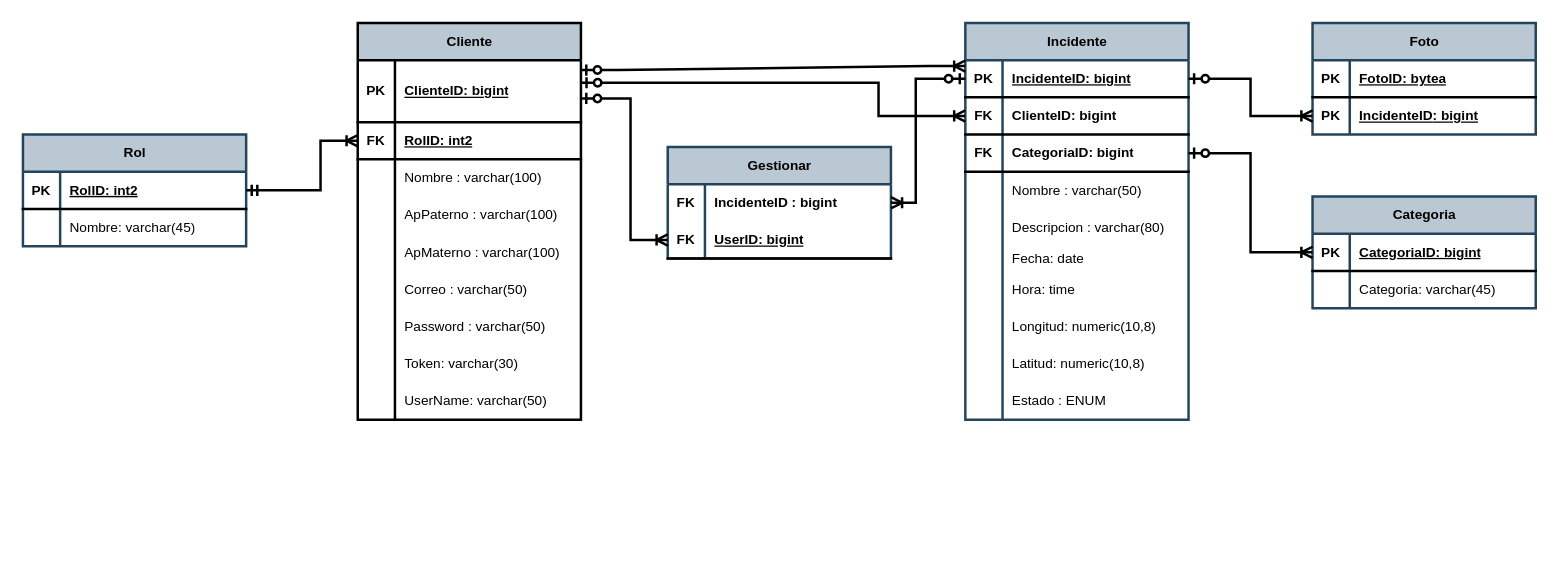
This is page "MR v3.0.0" (2 of 4) of database/diagrams/SISREP-DB-MODELOS.drawio from ingenieria-software-7009-2025-2/backendcouncil-api, a draw.io file, before an edit. Source tidied: cells renumbered, new cells numbered last; positions are measured from the earlier drawing's top-left corner, leaving out a move shared by most shapes. Both pictures are drawn from the tidied source at 124%, with x=0, y=0 at pixel (22, 22).
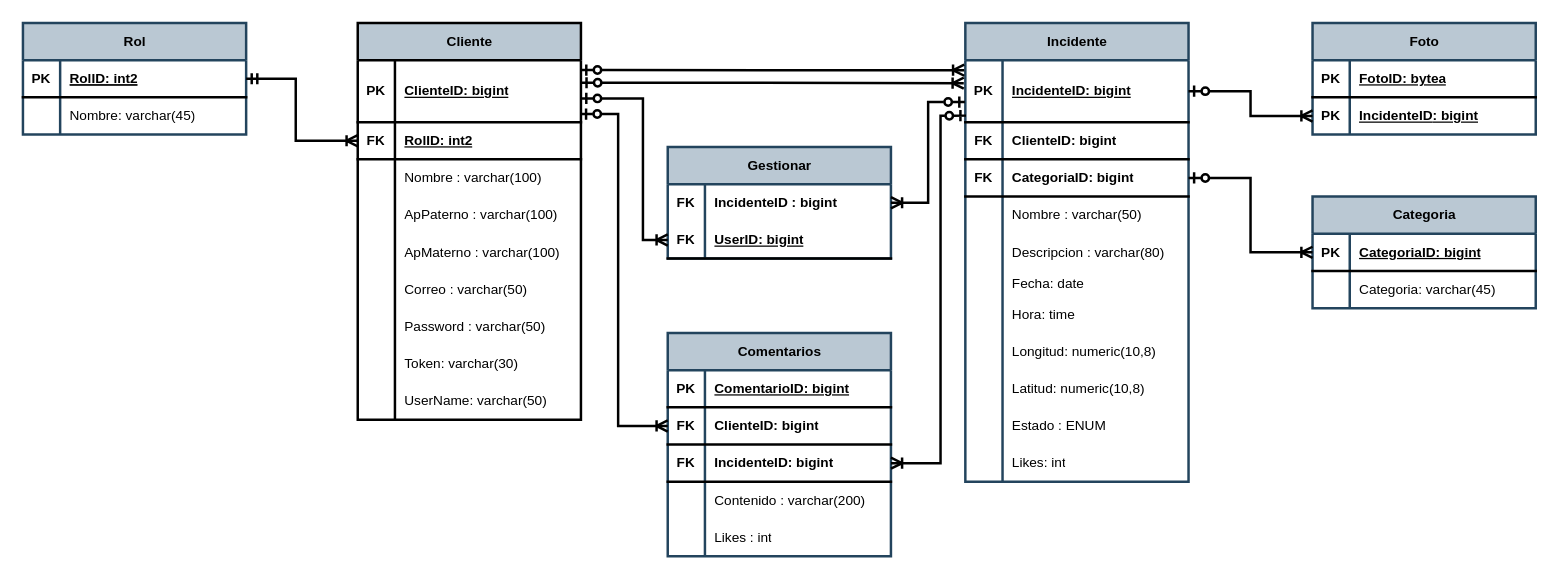
After the change.

The change refers to these unchanged cells:
```xml
<mxCell id="3" style="shape=tableRow;horizontal=0;startSize=0;swimlaneHead=0;swimlaneBody=0;fillColor=none;points=[[0,0.5],[1,0.5]];portConstraint=eastwest;top=0;left=0;right=0;bottom=1;fontFamily=Helvetica;fontSize=11;fontColor=default;labelBackgroundColor=default;strokeWidth=2;" parent="2" vertex="1">
  <mxGeometry y="30" width="180" height="50" as="geometry" />
</mxCell>
<mxCell id="6" style="shape=tableRow;horizontal=0;startSize=0;swimlaneHead=0;swimlaneBody=0;fillColor=none;points=[[0,0.5],[1,0.5]];portConstraint=eastwest;top=0;left=0;right=0;bottom=1;fontFamily=Helvetica;fontSize=11;fontColor=default;labelBackgroundColor=default;strokeWidth=2;" parent="2" vertex="1">
  <mxGeometry y="80" width="180" height="30" as="geometry" />
</mxCell>
<mxCell id="77" style="shape=tableRow;horizontal=0;startSize=0;swimlaneHead=0;swimlaneBody=0;fillColor=none;points=[[0,0.5],[1,0.5]];portConstraint=eastwest;top=0;left=0;right=0;bottom=0;fontFamily=Helvetica;fontSize=11;fontColor=default;labelBackgroundColor=default;strokeWidth=2;" parent="76" vertex="1">
  <mxGeometry y="30" width="180" height="30" as="geometry" />
</mxCell>
<mxCell id="80" style="shape=tableRow;horizontal=0;startSize=0;swimlaneHead=0;swimlaneBody=0;fillColor=none;points=[[0,0.5],[1,0.5]];portConstraint=eastwest;top=0;left=0;right=0;bottom=1;fontFamily=Helvetica;fontSize=11;fontColor=default;labelBackgroundColor=default;strokeWidth=2;" parent="76" vertex="1">
  <mxGeometry y="60" width="180" height="30" as="geometry" />
</mxCell>
<mxCell id="89" style="shape=tableRow;horizontal=0;startSize=0;swimlaneHead=0;swimlaneBody=0;fillColor=none;points=[[0,0.5],[1,0.5]];portConstraint=eastwest;top=0;left=0;right=0;bottom=1;fontFamily=Helvetica;fontSize=11;fontColor=default;labelBackgroundColor=default;strokeWidth=2;" parent="88" vertex="1">
  <mxGeometry y="30" width="180" height="30" as="geometry" />
</mxCell>
```

What changed in the source:
```diff
@@
     <mxCell id="37" value="&lt;span style=&quot;&quot;&gt;Incidente&lt;/span&gt;" style="shape=table;startSize=30;childLayout=tableLayout;rowLines=0;fontStyle=1;align=center;html=1;fontFamily=Helvetica;fontSize=11;labelBackgroundColor=none;strokeWidth=2;fillColor=#bac8d3;strokeColor=light-dark(#23445D,#FFFFFF);" parent="1" vertex="1">
-      <mxGeometry x="760" width="180" height="320" as="geometry" />
+      <mxGeometry x="760" width="180" height="370" as="geometry" />
     </mxCell>
     <mxCell id="38" style="shape=tableRow;horizontal=0;startSize=0;swimlaneHead=0;swimlaneBody=0;fillColor=none;points=[[0,0.5],[1,0.5]];portConstraint=eastwest;top=0;left=0;right=0;bottom=1;fontFamily=Helvetica;fontSize=11;fontColor=default;labelBackgroundColor=default;strokeWidth=2;" parent="37" vertex="1">
-      <mxGeometry y="30" width="180" height="30" as="geometry" />
+      <mxGeometry y="30" width="180" height="50" as="geometry" />
     </mxCell>
     <mxCell id="39" value="PK" style="shape=partialRectangle;fillColor=none;top=0;left=0;bottom=0;right=0;fontStyle=1;overflow=hidden;whiteSpace=wrap;html=1;fontFamily=Helvetica;fontSize=11;fontColor=default;labelBackgroundColor=default;strokeWidth=2;" parent="38" vertex="1">
-      <mxGeometry width="30" height="30" as="geometry" />
+      <mxGeometry width="30" height="50" as="geometry" />
     </mxCell>
     <mxCell id="40" value="IncidenteID: bigint" style="shape=partialRectangle;fillColor=none;top=0;left=0;bottom=0;right=0;align=left;spacingLeft=6;fontStyle=5;overflow=hidden;whiteSpace=wrap;html=1;fontFamily=Helvetica;fontSize=11;fontColor=default;labelBackgroundColor=default;strokeWidth=2;" parent="38" vertex="1">
-      <mxGeometry x="30" width="150" height="30" as="geometry" />
+      <mxGeometry x="30" width="150" height="50" as="geometry" />
     </mxCell>
     <mxCell id="41" style="shape=tableRow;horizontal=0;startSize=0;swimlaneHead=0;swimlaneBody=0;fillColor=none;points=[[0,0.5],[1,0.5]];portConstraint=eastwest;top=0;left=0;right=0;bottom=1;fontFamily=Helvetica;fontSize=11;fontColor=default;labelBackgroundColor=default;strokeWidth=2;" parent="37" vertex="1">
-      <mxGeometry y="60" width="180" height="30" as="geometry" />
+      <mxGeometry y="80" width="180" height="30" as="geometry" />
     </mxCell>
@@
     <mxCell id="44" style="shape=tableRow;horizontal=0;startSize=0;swimlaneHead=0;swimlaneBody=0;fillColor=none;points=[[0,0.5],[1,0.5]];portConstraint=eastwest;top=0;left=0;right=0;bottom=1;fontFamily=Helvetica;fontSize=11;fontColor=default;labelBackgroundColor=default;strokeWidth=2;" parent="37" vertex="1">
-      <mxGeometry y="90" width="180" height="30" as="geometry" />
+      <mxGeometry y="110" width="180" height="30" as="geometry" />
     </mxCell>
@@
     <mxCell id="47" style="shape=tableRow;horizontal=0;startSize=0;swimlaneHead=0;swimlaneBody=0;fillColor=none;top=0;left=0;right=0;bottom=0;fontFamily=Helvetica;fontSize=11;fontColor=default;labelBackgroundColor=default;strokeWidth=2;" parent="37" vertex="1">
-      <mxGeometry y="120" width="180" height="30" as="geometry" />
+      <mxGeometry y="140" width="180" height="30" as="geometry" />
     </mxCell>
@@
     <mxCell id="50" style="shape=tableRow;horizontal=0;startSize=0;swimlaneHead=0;swimlaneBody=0;fillColor=none;top=0;left=0;right=0;bottom=0;fontFamily=Helvetica;fontSize=11;fontColor=default;labelBackgroundColor=default;strokeWidth=2;" parent="37" vertex="1">
-      <mxGeometry y="150" width="180" height="30" as="geometry" />
+      <mxGeometry y="170" width="180" height="30" as="geometry" />
     </mxCell>
@@
     <mxCell id="53" style="shape=tableRow;horizontal=0;startSize=0;swimlaneHead=0;swimlaneBody=0;fillColor=none;top=0;left=0;right=0;bottom=0;fontFamily=Helvetica;fontSize=11;fontColor=default;labelBackgroundColor=default;strokeWidth=2;" parent="37" vertex="1">
-      <mxGeometry y="180" width="180" height="20" as="geometry" />
+      <mxGeometry y="200" width="180" height="20" as="geometry" />
     </mxCell>
@@
     <mxCell id="56" style="shape=tableRow;horizontal=0;startSize=0;swimlaneHead=0;swimlaneBody=0;fillColor=none;top=0;left=0;right=0;bottom=0;fontFamily=Helvetica;fontSize=11;fontColor=default;labelBackgroundColor=default;strokeWidth=2;" parent="37" vertex="1">
-      <mxGeometry y="200" width="180" height="30" as="geometry" />
+      <mxGeometry y="220" width="180" height="30" as="geometry" />
     </mxCell>
@@
     <mxCell id="59" style="shape=tableRow;horizontal=0;startSize=0;swimlaneHead=0;swimlaneBody=0;fillColor=none;top=0;left=0;right=0;bottom=0;fontFamily=Helvetica;fontSize=11;fontColor=default;labelBackgroundColor=default;strokeWidth=2;" parent="37" vertex="1">
-      <mxGeometry y="230" width="180" height="30" as="geometry" />
+      <mxGeometry y="250" width="180" height="30" as="geometry" />
     </mxCell>
@@
     <mxCell id="62" style="shape=tableRow;horizontal=0;startSize=0;swimlaneHead=0;swimlaneBody=0;fillColor=none;top=0;left=0;right=0;bottom=0;fontFamily=Helvetica;fontSize=11;fontColor=default;labelBackgroundColor=default;strokeWidth=2;" parent="37" vertex="1">
-      <mxGeometry y="260" width="180" height="30" as="geometry" />
+      <mxGeometry y="280" width="180" height="30" as="geometry" />
     </mxCell>
@@
     <mxCell id="65" style="shape=tableRow;horizontal=0;startSize=0;swimlaneHead=0;swimlaneBody=0;fillColor=none;top=0;left=0;right=0;bottom=0;fontFamily=Helvetica;fontSize=11;fontColor=default;labelBackgroundColor=default;strokeWidth=2;" parent="37" vertex="1">
-      <mxGeometry y="290" width="180" height="30" as="geometry" />
+      <mxGeometry y="310" width="180" height="30" as="geometry" />
     </mxCell>
@@
+    <mxCell id="96" style="shape=tableRow;horizontal=0;startSize=0;swimlaneHead=0;swimlaneBody=0;fillColor=none;top=0;left=0;right=0;bottom=0;fontFamily=Helvetica;fontSize=11;fontColor=default;labelBackgroundColor=default;strokeWidth=2;" parent="37" vertex="1">
+      <mxGeometry y="340" width="180" height="30" as="geometry" />
+    </mxCell>
+    <mxCell id="97" style="shape=partialRectangle;fillColor=none;top=0;left=0;bottom=0;right=0;overflow=hidden;whiteSpace=wrap;html=1;fontFamily=Helvetica;fontSize=11;fontColor=default;labelBackgroundColor=default;strokeWidth=2;" parent="96" vertex="1">
+      <mxGeometry width="30" height="30" as="geometry" />
+    </mxCell>
+    <mxCell id="98" value="Likes: int" style="shape=partialRectangle;fillColor=none;top=0;left=0;bottom=0;right=0;align=left;spacingLeft=6;overflow=hidden;whiteSpace=wrap;html=1;fontFamily=Helvetica;fontSize=11;fontColor=default;labelBackgroundColor=default;strokeWidth=2;" parent="96" vertex="1">
+      <mxGeometry x="30" width="150" height="30" as="geometry" />
+    </mxCell>
@@
-    <mxCell id="75" style="edgeStyle=orthogonalEdgeStyle;fontSize=12;html=1;endArrow=ERoneToMany;startArrow=ERzeroToOne;rounded=0;strokeColor=default;align=center;verticalAlign=middle;fontFamily=Helvetica;fontColor=default;labelBackgroundColor=default;entryX=0;entryY=0.5;entryDx=0;entryDy=0;startFill=0;endFill=0;strokeWidth=2;exitX=1;exitY=0.364;exitDx=0;exitDy=0;exitPerimeter=0;" parent="1" edge="1" source="3" target="41">
+    <mxCell id="75" style="edgeStyle=orthogonalEdgeStyle;fontSize=12;html=1;endArrow=ERoneToMany;startArrow=ERzeroToOne;rounded=0;strokeColor=default;align=center;verticalAlign=middle;fontFamily=Helvetica;fontColor=default;labelBackgroundColor=default;entryX=-0.007;entryY=0.371;entryDx=0;entryDy=0;startFill=0;endFill=0;strokeWidth=2;exitX=1;exitY=0.364;exitDx=0;exitDy=0;exitPerimeter=0;entryPerimeter=0;" parent="1" edge="1" source="3" target="38">
       <mxGeometry relative="1" as="geometry">
         <Array as="points">
-          <mxPoint x="690" y="48" />
-          <mxPoint x="690" y="75" />
+          <mxPoint x="520" y="48" />
+          <mxPoint x="759" y="49" />
         </Array>
       </mxGeometry>
     </mxCell>
@@
     <mxCell id="83" style="edgeStyle=orthogonalEdgeStyle;fontSize=12;html=1;endArrow=ERoneToMany;startArrow=ERzeroToOne;rounded=0;strokeColor=default;align=center;verticalAlign=middle;fontFamily=Helvetica;fontColor=default;labelBackgroundColor=default;entryX=0;entryY=0.5;entryDx=0;entryDy=0;startFill=0;strokeWidth=2;exitX=0.999;exitY=0.617;exitDx=0;exitDy=0;exitPerimeter=0;" parent="1" edge="1" source="3" target="80">
       <mxGeometry relative="1" as="geometry">
         <Array as="points">
-          <mxPoint x="490" y="61" />
-          <mxPoint x="490" y="175" />
+          <mxPoint x="500" y="61" />
+          <mxPoint x="500" y="175" />
         </Array>
       </mxGeometry>
     </mxCell>
-    <mxCell id="84" style="edgeStyle=orthogonalEdgeStyle;fontSize=12;html=1;endArrow=ERzeroToOne;startArrow=ERoneToMany;rounded=0;strokeColor=default;align=center;verticalAlign=middle;fontFamily=Helvetica;fontColor=default;labelBackgroundColor=default;startFill=0;endFill=0;strokeWidth=2;exitX=1;exitY=0.5;exitDx=0;exitDy=0;entryX=0;entryY=0.5;entryDx=0;entryDy=0;" parent="1" edge="1" source="77" target="38">
-      <mxGeometry relative="1" as="geometry">
-        <Array as="points">
-          <mxPoint x="720" y="145" />
-          <mxPoint x="720" y="45" />
-        </Array>
-      </mxGeometry>
+    <mxCell id="84" style="edgeStyle=orthogonalEdgeStyle;fontSize=12;html=1;endArrow=ERzeroToOne;startArrow=ERoneToMany;rounded=0;strokeColor=default;align=center;verticalAlign=middle;fontFamily=Helvetica;fontColor=default;labelBackgroundColor=default;startFill=0;endFill=0;strokeWidth=2;exitX=1;exitY=0.5;exitDx=0;exitDy=0;entryX=-0.002;entryY=0.676;entryDx=0;entryDy=0;entryPerimeter=0;" parent="1" edge="1" source="77" target="38">
+      <mxGeometry relative="1" as="geometry" />
     </mxCell>
@@
-    <mxCell id="87" style="edgeStyle=entityRelationEdgeStyle;fontSize=12;html=1;endArrow=ERzeroToOne;startArrow=ERoneToMany;rounded=0;strokeColor=default;align=center;verticalAlign=middle;fontFamily=Helvetica;fontColor=default;labelBackgroundColor=default;startFill=0;endFill=0;entryX=0.999;entryY=0.16;entryDx=0;entryDy=0;exitX=0;exitY=0.16;exitDx=0;exitDy=0;exitPerimeter=0;strokeWidth=2;entryPerimeter=0;" parent="1" edge="1" source="38" target="3">
+    <mxCell id="87" style="edgeStyle=orthogonalEdgeStyle;fontSize=12;html=1;endArrow=ERzeroToOne;startArrow=ERoneToMany;rounded=0;strokeColor=default;align=center;verticalAlign=middle;fontFamily=Helvetica;fontColor=default;labelBackgroundColor=default;startFill=0;endFill=0;entryX=0.999;entryY=0.16;entryDx=0;entryDy=0;strokeWidth=2;entryPerimeter=0;exitX=-0.005;exitY=0.162;exitDx=0;exitDy=0;exitPerimeter=0;" parent="1" edge="1" source="38" target="3">
       <mxGeometry relative="1" as="geometry" />
     </mxCell>
     <mxCell id="88" value="Rol" style="shape=table;startSize=30;childLayout=tableLayout;rowLines=0;fontStyle=1;align=center;html=1;fontFamily=Helvetica;fontSize=11;labelBackgroundColor=none;strokeWidth=2;fillColor=#bac8d3;strokeColor=light-dark(#23445D,#FFFFFF);" parent="1" vertex="1">
-      <mxGeometry y="90" width="180" height="90" as="geometry" />
+      <mxGeometry width="180" height="90" as="geometry" />
     </mxCell>
@@
     <mxCell id="95" style="edgeStyle=orthogonalEdgeStyle;fontSize=12;html=1;endArrow=ERmandOne;startArrow=ERoneToMany;rounded=0;strokeColor=default;align=center;verticalAlign=middle;fontFamily=Helvetica;fontColor=default;labelBackgroundColor=default;entryX=1;entryY=0.5;entryDx=0;entryDy=0;startFill=0;strokeWidth=2;exitX=0;exitY=0.5;exitDx=0;exitDy=0;endFill=0;" parent="1" edge="1" source="6" target="89">
       <mxGeometry relative="1" as="geometry">
         <Array as="points">
-          <mxPoint x="240" y="95" />
-          <mxPoint x="240" y="135" />
+          <mxPoint x="220" y="95" />
+          <mxPoint x="220" y="45" />
         </Array>
       </mxGeometry>
     </mxCell>
+    <mxCell id="99" value="&lt;span style=&quot;&quot;&gt;Comentarios&lt;/span&gt;" style="shape=table;startSize=30;childLayout=tableLayout;rowLines=0;fontStyle=1;align=center;html=1;fontFamily=Helvetica;fontSize=11;labelBackgroundColor=none;strokeWidth=2;fillColor=#bac8d3;strokeColor=light-dark(#23445D,#FFFFFF);" parent="1" vertex="1">
+      <mxGeometry x="520" y="250" width="180" height="180" as="geometry" />
+    </mxCell>
+    <mxCell id="100" style="shape=tableRow;horizontal=0;startSize=0;swimlaneHead=0;swimlaneBody=0;fillColor=none;top=0;left=0;right=0;bottom=1;fontFamily=Helvetica;fontSize=11;fontColor=default;labelBackgroundColor=default;strokeWidth=2;" parent="99" vertex="1">
+      <mxGeometry y="30" width="180" height="30" as="geometry" />
+    </mxCell>
+    <mxCell id="101" value="PK" style="shape=partialRectangle;fillColor=none;top=0;left=0;bottom=0;right=0;fontStyle=1;overflow=hidden;whiteSpace=wrap;html=1;fontFamily=Helvetica;fontSize=11;fontColor=default;labelBackgroundColor=default;strokeWidth=2;" parent="100" vertex="1">
+      <mxGeometry width="30" height="30" as="geometry" />
+    </mxCell>
+    <mxCell id="102" value="ComentarioID: bigint" style="shape=partialRectangle;fillColor=none;top=0;left=0;bottom=0;right=0;align=left;spacingLeft=6;fontStyle=5;overflow=hidden;whiteSpace=wrap;html=1;fontFamily=Helvetica;fontSize=11;fontColor=default;labelBackgroundColor=default;strokeWidth=2;" parent="100" vertex="1">
+      <mxGeometry x="30" width="150" height="30" as="geometry" />
+    </mxCell>
+    <mxCell id="103" style="shape=tableRow;horizontal=0;startSize=0;swimlaneHead=0;swimlaneBody=0;fillColor=none;points=[[0,0.5],[1,0.5]];portConstraint=eastwest;top=0;left=0;right=0;bottom=1;fontFamily=Helvetica;fontSize=11;fontColor=default;labelBackgroundColor=default;strokeWidth=2;" parent="99" vertex="1">
+      <mxGeometry y="60" width="180" height="30" as="geometry" />
+    </mxCell>
+    <mxCell id="104" value="&lt;b&gt;FK&lt;/b&gt;" style="shape=partialRectangle;fillColor=none;top=0;left=0;bottom=0;right=0;overflow=hidden;whiteSpace=wrap;html=1;fontFamily=Helvetica;fontSize=11;fontColor=default;labelBackgroundColor=default;strokeWidth=2;" parent="103" vertex="1">
+      <mxGeometry width="30" height="30" as="geometry" />
+    </mxCell>
+    <mxCell id="105" value="&lt;b&gt;ClienteID: bigint&lt;/b&gt;" style="shape=partialRectangle;fillColor=none;top=0;left=0;bottom=0;right=0;align=left;spacingLeft=6;overflow=hidden;whiteSpace=wrap;html=1;fontFamily=Helvetica;fontSize=11;fontColor=default;labelBackgroundColor=default;strokeWidth=2;" parent="103" vertex="1">
+      <mxGeometry x="30" width="150" height="30" as="geometry" />
+    </mxCell>
+    <mxCell id="106" style="shape=tableRow;horizontal=0;startSize=0;swimlaneHead=0;swimlaneBody=0;fillColor=none;points=[[0,0.5],[1,0.5]];portConstraint=eastwest;top=0;left=0;right=0;bottom=1;fontFamily=Helvetica;fontSize=11;fontColor=default;labelBackgroundColor=default;strokeWidth=2;" parent="99" vertex="1">
+      <mxGeometry y="90" width="180" height="30" as="geometry" />
+    </mxCell>
+    <mxCell id="107" value="&lt;b&gt;FK&lt;/b&gt;" style="shape=partialRectangle;fillColor=none;top=0;left=0;bottom=0;right=0;overflow=hidden;whiteSpace=wrap;html=1;fontFamily=Helvetica;fontSize=11;fontColor=default;labelBackgroundColor=default;strokeWidth=2;" parent="106" vertex="1">
+      <mxGeometry width="30" height="30" as="geometry" />
+    </mxCell>
+    <mxCell id="108" value="&lt;b&gt;IncidenteID: bigint&lt;/b&gt;" style="shape=partialRectangle;fillColor=none;top=0;left=0;bottom=0;right=0;align=left;spacingLeft=6;overflow=hidden;whiteSpace=wrap;html=1;fontFamily=Helvetica;fontSize=11;fontColor=default;labelBackgroundColor=default;strokeWidth=2;" parent="106" vertex="1">
+      <mxGeometry x="30" width="150" height="30" as="geometry" />
+    </mxCell>
+    <mxCell id="109" style="shape=tableRow;horizontal=0;startSize=0;swimlaneHead=0;swimlaneBody=0;fillColor=none;top=0;left=0;right=0;bottom=0;fontFamily=Helvetica;fontSize=11;fontColor=default;labelBackgroundColor=default;strokeWidth=2;" parent="99" vertex="1">
+      <mxGeometry y="120" width="180" height="30" as="geometry" />
+    </mxCell>
+    <mxCell id="110" style="shape=partialRectangle;fillColor=none;top=0;left=0;bottom=0;right=0;overflow=hidden;whiteSpace=wrap;html=1;fontFamily=Helvetica;fontSize=11;fontColor=default;labelBackgroundColor=default;strokeWidth=2;" parent="109" vertex="1">
+      <mxGeometry width="30" height="30" as="geometry" />
+    </mxCell>
+    <mxCell id="111" value="Contenido : varchar(200)" style="shape=partialRectangle;fillColor=none;top=0;left=0;bottom=0;right=0;align=left;spacingLeft=6;overflow=hidden;whiteSpace=wrap;html=1;fontFamily=Helvetica;fontSize=11;fontColor=default;labelBackgroundColor=default;strokeWidth=2;" parent="109" vertex="1">
+      <mxGeometry x="30" width="150" height="30" as="geometry" />
+    </mxCell>
+    <mxCell id="112" style="shape=tableRow;horizontal=0;startSize=0;swimlaneHead=0;swimlaneBody=0;fillColor=none;top=0;left=0;right=0;bottom=0;fontFamily=Helvetica;fontSize=11;fontColor=default;labelBackgroundColor=default;strokeWidth=2;" parent="99" vertex="1">
+      <mxGeometry y="150" width="180" height="30" as="geometry" />
+    </mxCell>
+    <mxCell id="113" style="shape=partialRectangle;fillColor=none;top=0;left=0;bottom=0;right=0;overflow=hidden;whiteSpace=wrap;html=1;fontFamily=Helvetica;fontSize=11;fontColor=default;labelBackgroundColor=default;strokeWidth=2;" parent="112" vertex="1">
+      <mxGeometry width="30" height="30" as="geometry" />
+    </mxCell>
+    <mxCell id="114" value="Likes : int" style="shape=partialRectangle;fillColor=none;top=0;left=0;bottom=0;right=0;align=left;spacingLeft=6;overflow=hidden;whiteSpace=wrap;html=1;fontFamily=Helvetica;fontSize=11;fontColor=default;labelBackgroundColor=default;strokeWidth=2;" parent="112" vertex="1">
+      <mxGeometry x="30" width="150" height="30" as="geometry" />
+    </mxCell>
+    <mxCell id="115" style="edgeStyle=orthogonalEdgeStyle;fontSize=12;html=1;endArrow=ERzeroToOne;startArrow=ERoneToMany;rounded=0;strokeColor=default;align=center;verticalAlign=middle;fontFamily=Helvetica;fontColor=default;labelBackgroundColor=default;startFill=0;endFill=0;entryX=0.998;entryY=0.87;entryDx=0;entryDy=0;exitX=0;exitY=0.5;exitDx=0;exitDy=0;strokeWidth=2;entryPerimeter=0;" parent="1" edge="1" source="103" target="3">
+      <mxGeometry relative="1" as="geometry">
+        <Array as="points">
+          <mxPoint x="480" y="325" />
+          <mxPoint x="480" y="74" />
+        </Array>
+      </mxGeometry>
+    </mxCell>
+    <mxCell id="116" style="edgeStyle=orthogonalEdgeStyle;fontSize=12;html=1;endArrow=ERzeroToOne;startArrow=ERoneToMany;rounded=0;strokeColor=default;align=center;verticalAlign=middle;fontFamily=Helvetica;fontColor=default;labelBackgroundColor=default;startFill=0;endFill=0;exitX=1;exitY=0.5;exitDx=0;exitDy=0;strokeWidth=2;entryX=0.003;entryY=0.895;entryDx=0;entryDy=0;entryPerimeter=0;" parent="1" edge="1" source="106" target="38">
+      <mxGeometry relative="1" as="geometry">
+        <Array as="points">
+          <mxPoint x="740" y="355" />
+          <mxPoint x="740" y="75" />
+        </Array>
+      </mxGeometry>
+    </mxCell>
```
